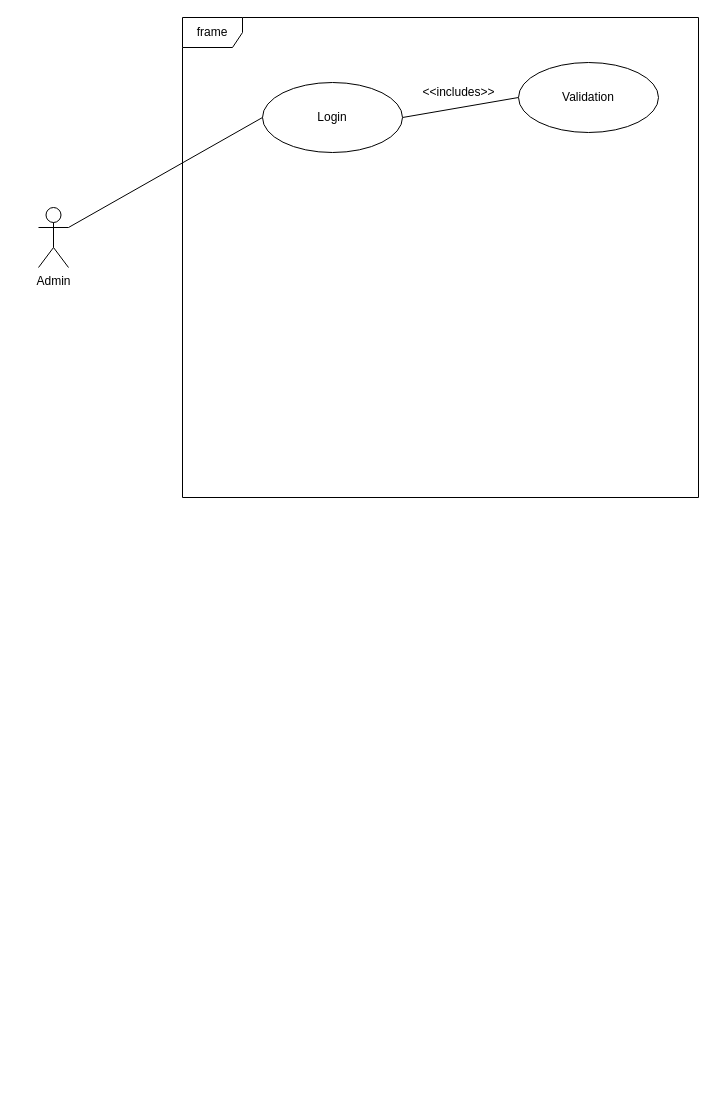
SETHU60/cput_accomodation_application keeps this draw.io diagram as StudentUseCase.drawio. Above is the earlier version. Source tidied: cells renumbered, new cells numbered last; positions are measured from the earlier drawing's top-left corner, leaving out a move shared by most shapes. Both pictures are drawn from the tidied source at 100%, with x=0, y=0 at pixel (38, 17).
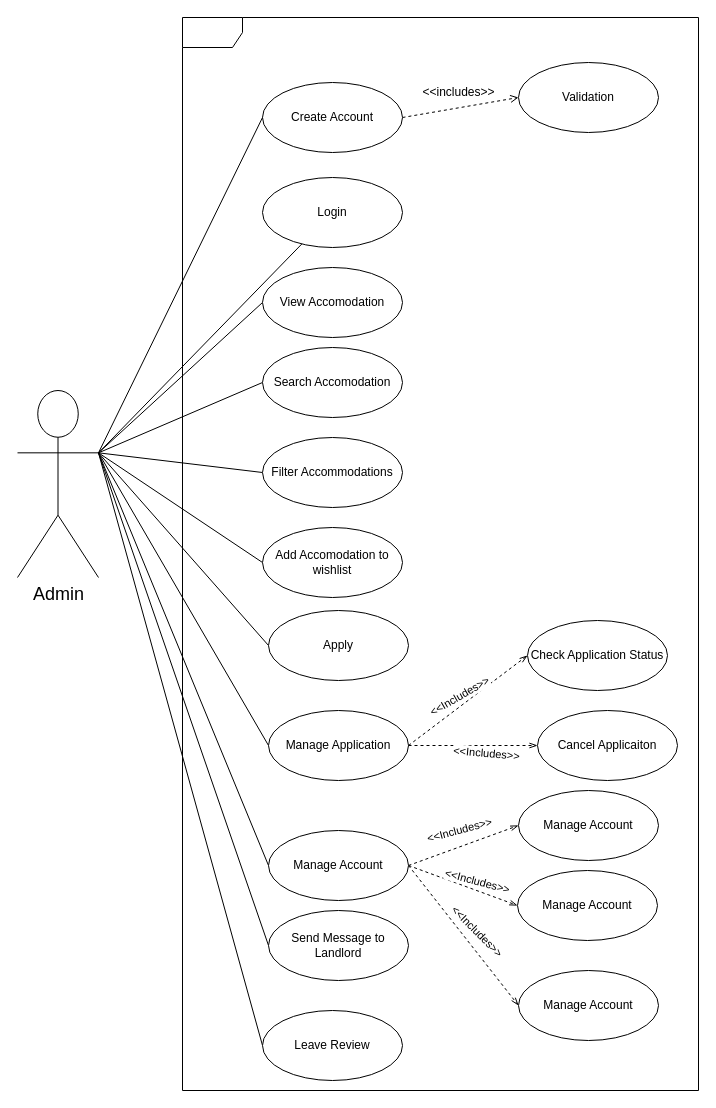
After the change.

Commit message:
Inserted Use Cases to StudentUseCase

Unchanged cells that the change refers to:
```xml
<mxCell id="7" value="Validation" style="ellipse;whiteSpace=wrap;html=1;" parent="1" vertex="1">
  <mxGeometry x="480" y="45" width="140" height="70" as="geometry" />
</mxCell>
```

The edit, as a diff of the source:
```diff
@@
+    <mxCell id="9" style="rounded=0;jettySize=auto;html=1;exitX=1;exitY=0.3333333333333333;exitDx=0;exitDy=0;exitPerimeter=0;endArrow=none;endFill=0;" parent="1" edge="1" source="2" target="19">
+      <mxGeometry relative="1" as="geometry" />
+    </mxCell>
+    <mxCell id="10" style="rounded=0;jettySize=auto;html=1;exitX=1;exitY=0.3333333333333333;exitDx=0;exitDy=0;exitPerimeter=0;entryX=0;entryY=0.5;entryDx=0;entryDy=0;endArrow=none;endFill=0;" parent="1" edge="1" source="2" target="20">
+      <mxGeometry relative="1" as="geometry" />
+    </mxCell>
+    <mxCell id="11" style="rounded=0;jettySize=auto;html=1;exitX=1;exitY=0.3333333333333333;exitDx=0;exitDy=0;exitPerimeter=0;entryX=0;entryY=0.5;entryDx=0;entryDy=0;endArrow=none;endFill=0;" parent="1" edge="1" source="2" target="21">
+      <mxGeometry relative="1" as="geometry" />
+    </mxCell>
+    <mxCell id="12" style="rounded=0;jettySize=auto;html=1;exitX=1;exitY=0.3333333333333333;exitDx=0;exitDy=0;exitPerimeter=0;entryX=0;entryY=0.5;entryDx=0;entryDy=0;endArrow=none;endFill=0;" parent="1" edge="1" source="2" target="22">
+      <mxGeometry relative="1" as="geometry" />
+    </mxCell>
+    <mxCell id="13" style="rounded=0;jettySize=auto;html=1;exitX=1;exitY=0.3333333333333333;exitDx=0;exitDy=0;exitPerimeter=0;entryX=0;entryY=0.5;entryDx=0;entryDy=0;endArrow=none;endFill=0;" parent="1" edge="1" source="2" target="23">
+      <mxGeometry relative="1" as="geometry" />
+    </mxCell>
+    <mxCell id="14" style="rounded=0;jettySize=auto;html=1;exitX=1;exitY=0.3333333333333333;exitDx=0;exitDy=0;exitPerimeter=0;entryX=0;entryY=0.5;entryDx=0;entryDy=0;endArrow=none;endFill=0;" parent="1" edge="1" source="2" target="26">
+      <mxGeometry relative="1" as="geometry" />
+    </mxCell>
+    <mxCell id="15" style="rounded=0;jettySize=auto;html=1;exitX=1;exitY=0.3333333333333333;exitDx=0;exitDy=0;exitPerimeter=0;entryX=0;entryY=0.5;entryDx=0;entryDy=0;endArrow=none;endFill=0;" parent="1" edge="1" source="2" target="27">
+      <mxGeometry relative="1" as="geometry" />
+    </mxCell>
+    <mxCell id="16" style="rounded=0;jettySize=auto;html=1;exitX=1;exitY=0.3333333333333333;exitDx=0;exitDy=0;exitPerimeter=0;entryX=0;entryY=0.5;entryDx=0;entryDy=0;endArrow=none;endFill=0;" parent="1" edge="1" source="2" target="36">
+      <mxGeometry relative="1" as="geometry" />
+    </mxCell>
+    <mxCell id="17" style="rounded=0;jettySize=auto;html=1;exitX=1;exitY=0.3333333333333333;exitDx=0;exitDy=0;exitPerimeter=0;entryX=0;entryY=0.5;entryDx=0;entryDy=0;endArrow=none;endFill=0;" parent="1" edge="1" source="2" target="32">
+      <mxGeometry relative="1" as="geometry" />
+    </mxCell>
+    <mxCell id="18" style="rounded=0;jettySize=auto;html=1;exitX=1;exitY=0.3333333333333333;exitDx=0;exitDy=0;exitPerimeter=0;entryX=0;entryY=0.5;entryDx=0;entryDy=0;endArrow=none;endFill=0;" parent="1" edge="1" source="2" target="43">
+      <mxGeometry relative="1" as="geometry" />
+    </mxCell>
-    <mxCell id="2" value="Admin" style="shape=umlActor;verticalLabelPosition=bottom;verticalAlign=top;html=1;" parent="1" vertex="1">
-      <mxGeometry y="190" width="30" height="60" as="geometry" />
+    <mxCell id="2" value="&lt;font style=&quot;font-size: 18px;&quot;&gt;Admin&lt;/font&gt;" style="shape=umlActor;verticalLabelPosition=bottom;verticalAlign=top;html=1;" parent="1" vertex="1">
+      <mxGeometry x="-21" y="373" width="81" height="187" as="geometry" />
     </mxCell>
-    <mxCell id="3" value="frame" style="shape=umlFrame;whiteSpace=wrap;html=1;" parent="1" vertex="1">
-      <mxGeometry x="144" width="516" height="480" as="geometry" />
+    <mxCell id="3" style="shape=umlFrame;whiteSpace=wrap;html=1;" parent="1" vertex="1">
+      <mxGeometry x="144" width="516" height="1073" as="geometry" />
     </mxCell>
-    <mxCell id="4" style="rounded=0;jettySize=auto;html=1;exitX=1;exitY=0.5;exitDx=0;exitDy=0;entryX=0;entryY=0.5;entryDx=0;entryDy=0;endArrow=none;endFill=0;" parent="1" edge="1" source="5" target="7">
+    <mxCell id="4" style="rounded=0;jettySize=auto;html=1;exitX=1;exitY=0.5;exitDx=0;exitDy=0;entryX=0;entryY=0.5;entryDx=0;entryDy=0;endArrow=open;endFill=0;dashed=1;" parent="1" edge="1" source="5" target="7">
       <mxGeometry relative="1" as="geometry" />
     </mxCell>
-    <mxCell id="5" value="Login" style="ellipse;whiteSpace=wrap;html=1;" parent="1" vertex="1">
+    <mxCell id="5" value="Create Account" style="ellipse;whiteSpace=wrap;html=1;" parent="1" vertex="1">
       <mxGeometry x="224" y="65" width="140" height="70" as="geometry" />
     </mxCell>
@@
+    <mxCell id="19" value="Login" style="ellipse;whiteSpace=wrap;html=1;" parent="1" vertex="1">
+      <mxGeometry x="224" y="160" width="140" height="70" as="geometry" />
+    </mxCell>
+    <mxCell id="20" value="View Accomodation" style="ellipse;whiteSpace=wrap;html=1;" parent="1" vertex="1">
+      <mxGeometry x="224" y="250" width="140" height="70" as="geometry" />
+    </mxCell>
+    <mxCell id="21" value="Search Accomodation" style="ellipse;whiteSpace=wrap;html=1;" parent="1" vertex="1">
+      <mxGeometry x="224" y="330" width="140" height="70" as="geometry" />
+    </mxCell>
+    <mxCell id="22" value="Filter Accommodations" style="ellipse;whiteSpace=wrap;html=1;" parent="1" vertex="1">
+      <mxGeometry x="224" y="420" width="140" height="70" as="geometry" />
+    </mxCell>
+    <mxCell id="23" value="Add Accomodation to wishlist" style="ellipse;whiteSpace=wrap;html=1;" parent="1" vertex="1">
+      <mxGeometry x="224" y="510" width="140" height="70" as="geometry" />
+    </mxCell>
+    <mxCell id="24" style="rounded=0;jettySize=auto;html=1;exitX=1;exitY=0.5;exitDx=0;exitDy=0;entryX=0;entryY=0.5;entryDx=0;entryDy=0;endArrow=openThin;endFill=0;dashed=1;" parent="1" edge="1" source="26" target="28">
+      <mxGeometry relative="1" as="geometry" />
+    </mxCell>
+    <mxCell id="25" value="&amp;lt;&amp;lt;Includes&amp;gt;&amp;gt;" style="edgeLabel;html=1;align=center;verticalAlign=middle;rotation=-30;" parent="24" vertex="1">
+      <mxGeometry x="-0.06" y="9" relative="1" as="geometry" />
+    </mxCell>
+    <mxCell id="26" value="Manage Application" style="ellipse;whiteSpace=wrap;html=1;" parent="1" vertex="1">
+      <mxGeometry x="230" y="693" width="140" height="70" as="geometry" />
+    </mxCell>
+    <mxCell id="27" value="Apply" style="ellipse;whiteSpace=wrap;html=1;" parent="1" vertex="1">
+      <mxGeometry x="230" y="593" width="140" height="70" as="geometry" />
+    </mxCell>
+    <mxCell id="28" value="Check Application Status" style="ellipse;whiteSpace=wrap;html=1;" parent="1" vertex="1">
+      <mxGeometry x="489" y="603" width="140" height="70" as="geometry" />
+    </mxCell>
+    <mxCell id="29" value="Cancel Applicaiton" style="ellipse;whiteSpace=wrap;html=1;" parent="1" vertex="1">
+      <mxGeometry x="499" y="693" width="140" height="70" as="geometry" />
+    </mxCell>
+    <mxCell id="30" style="rounded=0;jettySize=auto;html=1;exitX=1;exitY=0.5;exitDx=0;exitDy=0;entryX=0;entryY=0.5;entryDx=0;entryDy=0;endArrow=openThin;endFill=0;dashed=1;" parent="1" edge="1" source="26" target="29">
+      <mxGeometry relative="1" as="geometry" />
+    </mxCell>
+    <mxCell id="31" value="&amp;lt;&amp;lt;Includes&amp;gt;&amp;gt;" style="edgeLabel;html=1;align=center;verticalAlign=middle;rotation=5;" parent="1" vertex="1">
+      <mxGeometry x="439" y="728" as="geometry">
+        <mxPoint x="9.1" y="6.9" as="offset" />
+      </mxGeometry>
+    </mxCell>
+    <mxCell id="32" value="Leave Review" style="ellipse;whiteSpace=wrap;html=1;" parent="1" vertex="1">
+      <mxGeometry x="224" y="993" width="140" height="70" as="geometry" />
+    </mxCell>
+    <mxCell id="33" style="rounded=0;jettySize=auto;html=1;exitX=1;exitY=0.5;exitDx=0;exitDy=0;entryX=0;entryY=0.5;entryDx=0;entryDy=0;dashed=1;endArrow=openThin;endFill=0;" parent="1" edge="1" source="36" target="37">
+      <mxGeometry relative="1" as="geometry" />
+    </mxCell>
+    <mxCell id="34" style="rounded=0;jettySize=auto;html=1;exitX=1;exitY=0.5;exitDx=0;exitDy=0;entryX=0;entryY=0.5;entryDx=0;entryDy=0;endArrow=openThin;endFill=0;dashed=1;" parent="1" edge="1" source="36" target="38">
+      <mxGeometry relative="1" as="geometry" />
+    </mxCell>
+    <mxCell id="35" style="rounded=0;jettySize=auto;html=1;exitX=1;exitY=0.5;exitDx=0;exitDy=0;entryX=0;entryY=0.5;entryDx=0;entryDy=0;dashed=1;endArrow=openThin;endFill=0;" parent="1" edge="1" source="36" target="39">
+      <mxGeometry relative="1" as="geometry" />
+    </mxCell>
+    <mxCell id="36" value="Manage Account" style="ellipse;whiteSpace=wrap;html=1;" parent="1" vertex="1">
+      <mxGeometry x="230" y="813" width="140" height="70" as="geometry" />
+    </mxCell>
+    <mxCell id="37" value="Manage Account" style="ellipse;whiteSpace=wrap;html=1;" parent="1" vertex="1">
+      <mxGeometry x="480" y="773" width="140" height="70" as="geometry" />
+    </mxCell>
+    <mxCell id="38" value="Manage Account" style="ellipse;whiteSpace=wrap;html=1;" parent="1" vertex="1">
+      <mxGeometry x="479" y="853" width="140" height="70" as="geometry" />
+    </mxCell>
+    <mxCell id="39" value="Manage Account" style="ellipse;whiteSpace=wrap;html=1;" parent="1" vertex="1">
+      <mxGeometry x="480" y="953" width="140" height="70" as="geometry" />
+    </mxCell>
+    <mxCell id="40" value="&amp;lt;&amp;lt;Includes&amp;gt;&amp;gt;" style="edgeLabel;html=1;align=center;verticalAlign=middle;rotation=-15;" parent="1" vertex="1">
+      <mxGeometry x="420" y="813" as="geometry" />
+    </mxCell>
+    <mxCell id="41" value="&amp;lt;&amp;lt;Includes&amp;gt;&amp;gt;" style="edgeLabel;html=1;align=center;verticalAlign=middle;rotation=15;" parent="1" vertex="1">
+      <mxGeometry x="439" y="863" as="geometry" />
+    </mxCell>
+    <mxCell id="42" value="&amp;lt;&amp;lt;Includes&amp;gt;&amp;gt;" style="edgeLabel;html=1;align=center;verticalAlign=middle;rotation=45;" parent="1" vertex="1">
+      <mxGeometry x="439" y="913" as="geometry" />
+    </mxCell>
+    <mxCell id="43" value="Send Message to Landlord" style="ellipse;whiteSpace=wrap;html=1;" parent="1" vertex="1">
+      <mxGeometry x="230" y="893" width="140" height="70" as="geometry" />
+    </mxCell>
```
